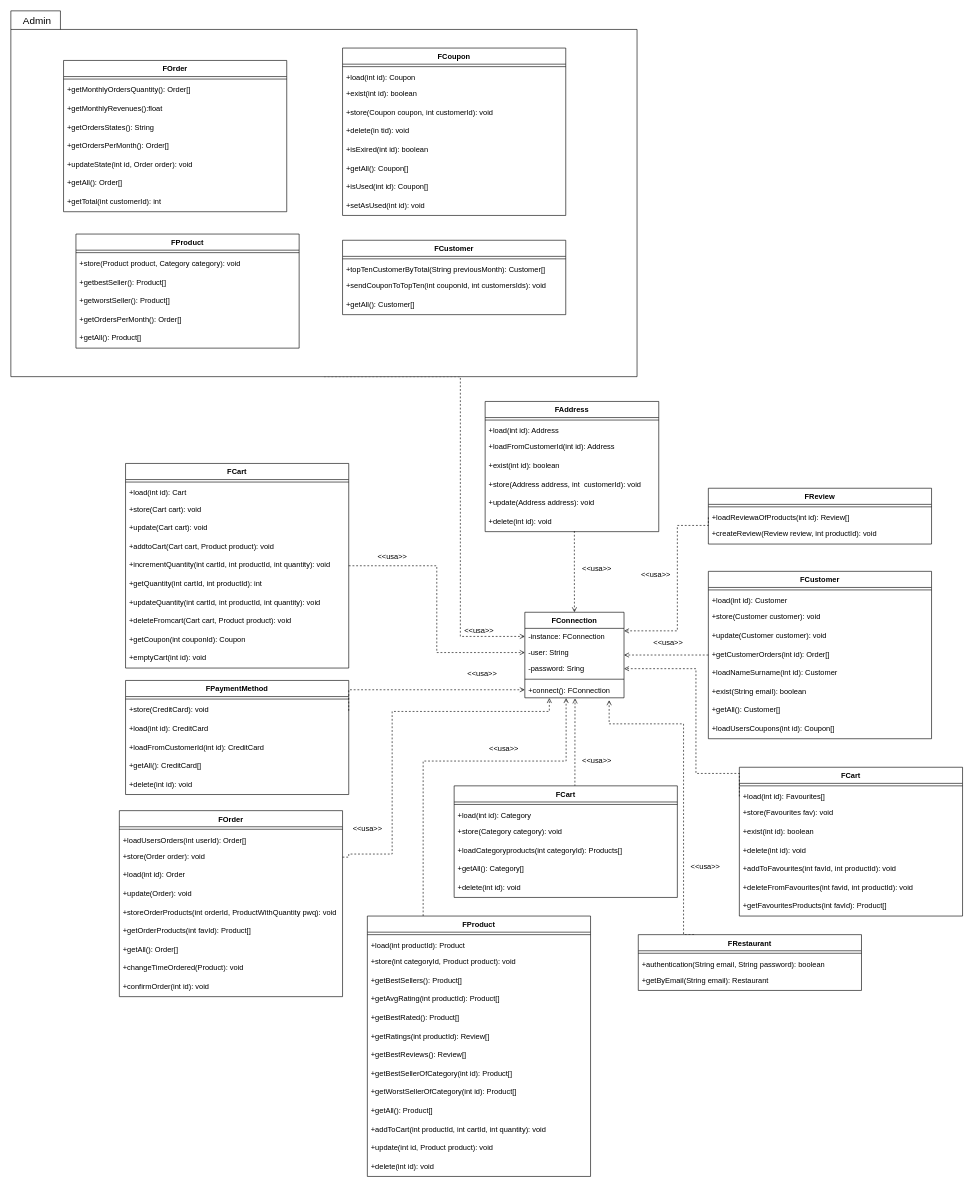
Earlier version of the draw.io diagram documentazione/Diagrammi/classD_Foundation.drawio (Flacaro/TasteIt). Source tidied: cells renumbered, new cells numbered last; positions are measured from the earlier drawing's top-left corner, leaving out a move shared by most shapes. Both pictures are drawn from the tidied source at 62%, with x=0, y=0 at pixel (11, 11).
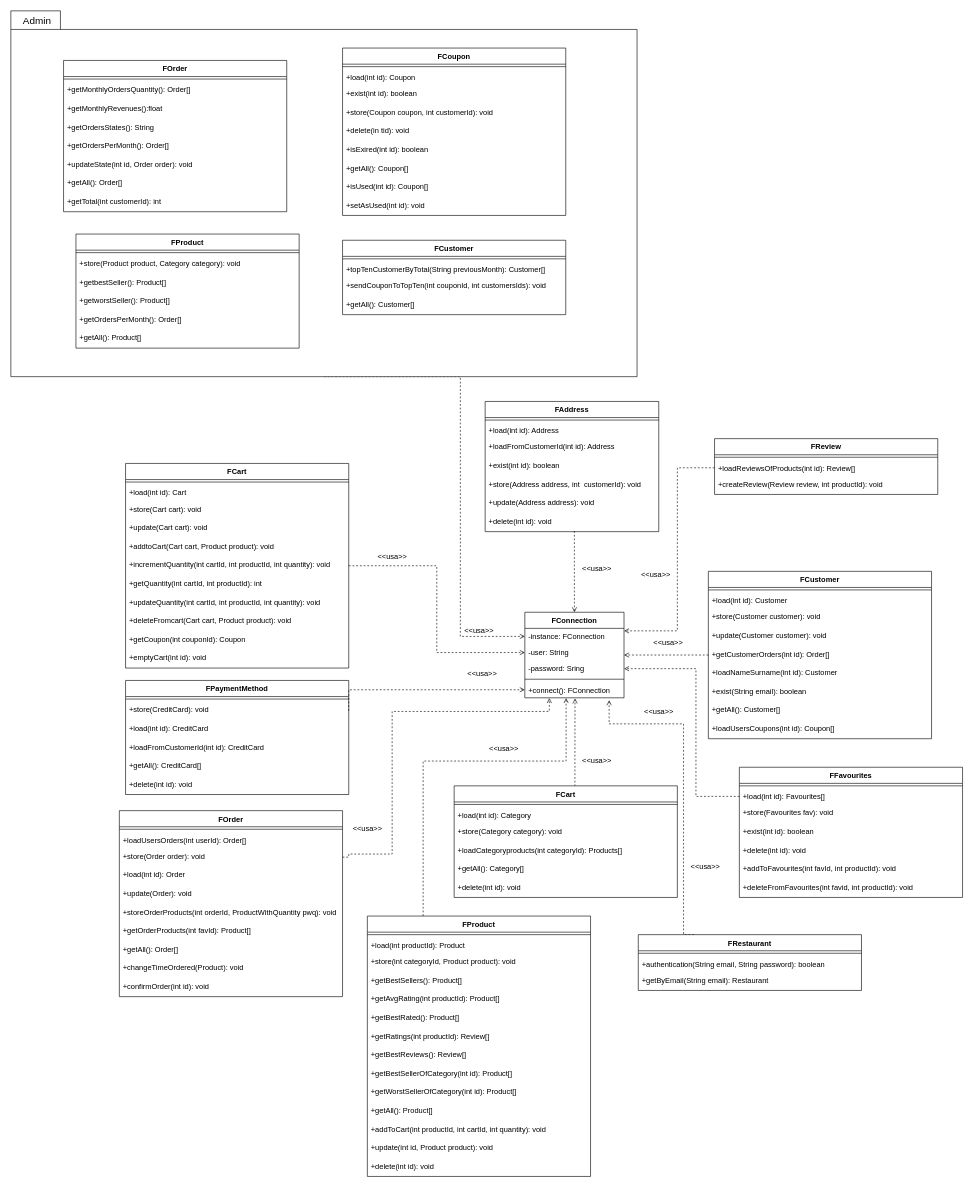
After the change.

Commit message (it also covers changes not shown here):
modificato classD del foundation e dell'entity

The change refers to these unchanged cells:
```xml
<mxCell id="7" value="-password: Sring" style="text;strokeColor=none;fillColor=none;align=left;verticalAlign=top;spacingLeft=4;spacingRight=4;overflow=hidden;points=[[0,0.5],[1,0.5]];portConstraint=eastwest;" parent="4" vertex="1">
  <mxGeometry y="78" width="160" height="26" as="geometry" />
</mxCell>
<mxCell id="57" value="+load(int id): Favourites[] " style="text;strokeColor=none;fillColor=none;align=left;verticalAlign=top;spacingLeft=4;spacingRight=4;overflow=hidden;points=[[0,0.5],[1,0.5]];portConstraint=eastwest;" parent="55" vertex="1">
  <mxGeometry y="34" width="360" height="26" as="geometry" />
</mxCell>
```

Diff of the diagram source:
```diff
@@
-    <mxCell id="55" value="FCart" style="swimlane;fontStyle=1;align=center;verticalAlign=top;horizontal=1;startSize=26;" parent="1" vertex="1">
-      <mxGeometry x="1175" y="1220" width="360" height="240" as="geometry" />
+    <mxCell id="55" value="FFavourites" style="swimlane;fontStyle=1;align=center;verticalAlign=top;horizontal=1;startSize=26;" parent="1" vertex="1">
+      <mxGeometry x="1175" y="1220" width="360" height="210" as="geometry" />
     </mxCell>
@@
-    <mxCell id="63" value="+getFavouritesProducts(int favId): Product[]" style="text;strokeColor=none;fillColor=none;align=left;verticalAlign=top;spacingLeft=4;spacingRight=4;overflow=hidden;" parent="55" vertex="1">
-      <mxGeometry y="210" width="360" height="30" as="geometry" />
-    </mxCell>
@@
     <mxCell id="104" value="FReview" style="swimlane;fontStyle=1;align=center;verticalAlign=top;horizontal=1;startSize=26;" parent="1" vertex="1">
-      <mxGeometry x="1125" y="770" width="360" height="90" as="geometry" />
+      <mxGeometry x="1135" y="690" width="360" height="90" as="geometry" />
     </mxCell>
@@
-    <mxCell id="106" value="+loadReviewaOfProducts(int id): Review[] " style="text;strokeColor=none;fillColor=none;align=left;verticalAlign=top;spacingLeft=4;spacingRight=4;overflow=hidden;points=[[0,0.5],[1,0.5]];portConstraint=eastwest;" parent="104" vertex="1">
+    <mxCell id="106" value="+loadReviewsOfProducts(int id): Review[] " style="text;strokeColor=none;fillColor=none;align=left;verticalAlign=top;spacingLeft=4;spacingRight=4;overflow=hidden;points=[[0,0.5],[1,0.5]];portConstraint=eastwest;" parent="104" vertex="1">
       <mxGeometry y="34" width="360" height="26" as="geometry" />
     </mxCell>
@@
     <mxCell id="144" style="edgeStyle=orthogonalEdgeStyle;rounded=0;jettySize=auto;html=1;exitX=0;exitY=0.5;exitDx=0;exitDy=0;dashed=1;fontSize=16;endArrow=open;endFill=0;" parent="1" edge="1" source="106">
       <mxGeometry relative="1" as="geometry">
         <mxPoint x="989" y="1000" as="targetPoint" />
         <Array as="points">
-          <mxPoint x="1125" y="830" />
-          <mxPoint x="1075" y="830" />
+          <mxPoint x="1075" y="737" />
           <mxPoint x="1075" y="1000" />
         </Array>
       </mxGeometry>
     </mxCell>
@@
     <mxCell id="147" style="edgeStyle=orthogonalEdgeStyle;rounded=0;jettySize=auto;html=1;exitX=0;exitY=0.5;exitDx=0;exitDy=0;entryX=1;entryY=0.5;entryDx=0;entryDy=0;dashed=1;fontSize=16;endArrow=open;endFill=0;" parent="1" edge="1" source="57" target="7">
       <mxGeometry relative="1" as="geometry">
         <Array as="points">
-          <mxPoint x="1175" y="1230" />
-          <mxPoint x="1105" y="1230" />
+          <mxPoint x="1105" y="1267" />
           <mxPoint x="1105" y="1061" />
         </Array>
       </mxGeometry>
     </mxCell>
@@
+    <mxCell id="149" value="&amp;lt;&amp;lt;usa&amp;gt;&amp;gt;" style="text;html=1;align=center;verticalAlign=middle;strokeColor=none;fillColor=none;" parent="1" vertex="1">
+      <mxGeometry x="1015" y="1120" width="60" height="20" as="geometry" />
+    </mxCell>
```
